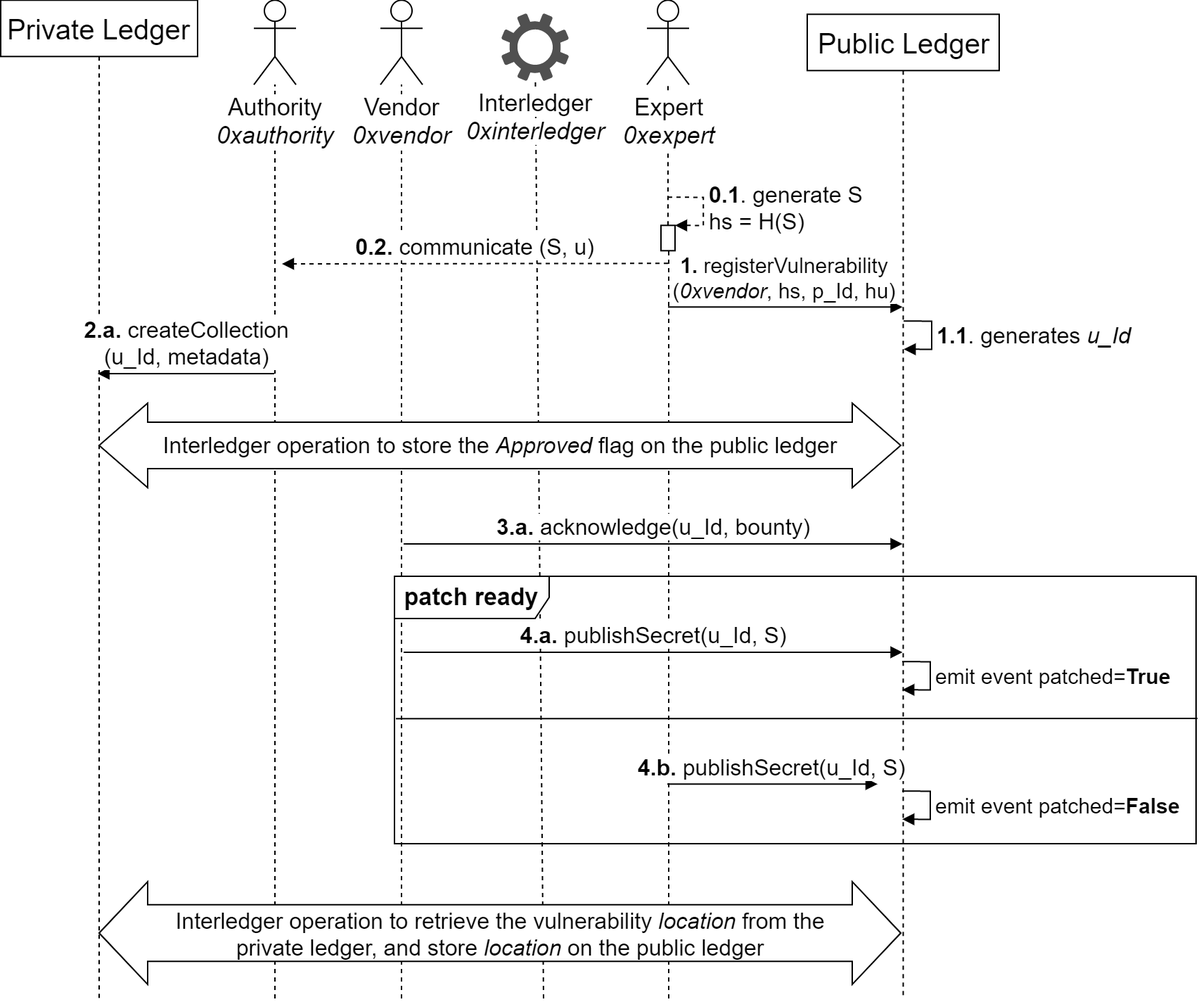
Above: figures/ARD-full.png in SOFIE-project/ARD-Implementation (draw.io), before the change. Source tidied: cells renumbered, new cells last; positions are measured from the earlier drawing's top-left corner, leaving out a move shared by most shapes. Its diagram source:
```xml
<mxGraphModel>
  <root>
    <mxCell id="0" />
    <mxCell id="1" parent="0" />
    <mxCell id="2" style="endArrow=none;dashed=1;html=1;strokeWidth=1;" parent="1" edge="1" target="14">
      <mxGeometry relative="1" as="geometry">
        <mxPoint x="386" y="709" as="sourcePoint" />
      </mxGeometry>
    </mxCell>
    <mxCell id="3" style="endArrow=none;dashed=1;html=1;" parent="1" edge="1" target="9">
      <mxGeometry relative="1" as="geometry">
        <mxPoint x="285" y="709" as="sourcePoint" />
      </mxGeometry>
    </mxCell>
    <mxCell id="4" value="&lt;font style=&quot;font-size: 20px;&quot;&gt;Public Ledger&lt;/font&gt;" style="shape=umlLifeline;perimeter=lifelinePerimeter;whiteSpace=wrap;html=1;outlineConnect=0;fontSize=20;" parent="1" vertex="1">
      <mxGeometry x="573.5" y="9.6" width="136.5" height="699.4" as="geometry" />
    </mxCell>
    <mxCell id="5" style="endArrow=none;dashed=1;html=1;" parent="1" edge="1" target="8">
      <mxGeometry relative="1" as="geometry">
        <mxPoint x="195" y="709" as="sourcePoint" />
      </mxGeometry>
    </mxCell>
    <mxCell id="6" style="endArrow=none;dashed=1;html=1;" parent="1" edge="1" source="12" target="7">
      <mxGeometry relative="1" as="geometry" />
    </mxCell>
    <mxCell id="7" value="&lt;font style=&quot;font-size: 17px&quot;&gt;Expert&lt;br&gt;&lt;i&gt;0xexpert&lt;/i&gt;&lt;/font&gt;" style="shape=umlActor;verticalLabelPosition=bottom;labelBackgroundColor=#ffffff;verticalAlign=top;html=1;" parent="1" vertex="1">
      <mxGeometry x="459.5" y="-0.4" width="30" height="60" as="geometry" />
    </mxCell>
    <mxCell id="8" value="&lt;font style=&quot;font-size: 17px&quot;&gt;Authority&lt;br&gt;&lt;i&gt;0xauthority&lt;/i&gt;&lt;/font&gt;" style="shape=umlActor;verticalLabelPosition=bottom;labelBackgroundColor=#ffffff;verticalAlign=top;html=1;" parent="1" vertex="1">
      <mxGeometry x="180" y="-0.4" width="30" height="60" as="geometry" />
    </mxCell>
    <mxCell id="9" value="&lt;font style=&quot;font-size: 17px&quot;&gt;Vendor&lt;br&gt;&lt;i&gt;0xvendor&lt;/i&gt;&lt;/font&gt;" style="shape=umlActor;verticalLabelPosition=bottom;labelBackgroundColor=#ffffff;verticalAlign=top;html=1;" parent="1" vertex="1">
      <mxGeometry x="270" y="-0.4" width="30" height="60" as="geometry" />
    </mxCell>
    <mxCell id="10" value="&lt;font style=&quot;font-size: 15px&quot;&gt;&lt;b&gt;1.&lt;/b&gt; registerVulnerability&lt;br&gt;(&lt;i&gt;0xvendor&lt;/i&gt;, hs, p_Id, hu)&lt;/font&gt;" style="html=1;verticalAlign=bottom;endArrow=block;" parent="1" edge="1" target="4">
      <mxGeometry relative="1" as="geometry">
        <mxPoint x="474.5" y="217.7" as="sourcePoint" />
      </mxGeometry>
    </mxCell>
    <mxCell id="11" value="&lt;font style=&quot;font-size: 16px&quot;&gt;&lt;b&gt;0.1&lt;/b&gt;. generate S&lt;br&gt;hs = H(S)&lt;/font&gt;" style="edgeStyle=orthogonalEdgeStyle;html=1;align=left;spacingLeft=2;endArrow=block;rounded=0;entryX=1;entryY=0;dashed=1;" parent="1" edge="1">
      <mxGeometry relative="1" as="geometry">
        <mxPoint x="474.5" y="139.6" as="sourcePoint" />
        <mxPoint x="479.5" y="159.6" as="targetPoint" />
        <Array as="points">
          <mxPoint x="499.5" y="139.7" />
        </Array>
      </mxGeometry>
    </mxCell>
    <mxCell id="12" style="html=1;points=[];perimeter=orthogonalPerimeter;" parent="1" vertex="1">
      <mxGeometry x="469.5" y="159.7" width="10" height="18" as="geometry" />
    </mxCell>
    <mxCell id="13" style="endArrow=none;dashed=1;html=1;" parent="1" edge="1" target="12">
      <mxGeometry relative="1" as="geometry">
        <mxPoint x="475" y="709" as="sourcePoint" />
      </mxGeometry>
    </mxCell>
    <mxCell id="14" value="&lt;span style=&quot;background-color: rgb(255 , 255 , 255) ; font-size: 17px&quot;&gt;Interledger&lt;br&gt;&lt;i&gt;0xinterledger&lt;/i&gt;&lt;/span&gt;" style="shadow=0;dashed=0;html=1;strokeColor=none;fillColor=#505050;labelPosition=center;verticalLabelPosition=bottom;verticalAlign=top;outlineConnect=0;align=center;shape=mxgraph.office.concepts.settings;" parent="1" vertex="1">
      <mxGeometry x="356" y="9" width="48" height="48" as="geometry" />
    </mxCell>
    <mxCell id="15" value="&lt;font style=&quot;font-size: 16px&quot;&gt;&lt;b&gt;1.1&lt;/b&gt;. generates &lt;i&gt;u_Id&lt;/i&gt;&lt;/font&gt;" style="edgeStyle=orthogonalEdgeStyle;html=1;align=left;spacingLeft=2;endArrow=block;rounded=0;" parent="1" edge="1">
      <mxGeometry relative="1" as="geometry">
        <mxPoint x="642" y="227.7" as="sourcePoint" />
        <mxPoint x="642.1" y="247.7" as="targetPoint" />
        <Array as="points">
          <mxPoint x="662" y="227.6" />
          <mxPoint x="662" y="247.6" />
        </Array>
      </mxGeometry>
    </mxCell>
    <mxCell id="16" value="&lt;font style=&quot;font-size: 20px&quot;&gt;Private Ledger&lt;/font&gt;" style="shape=umlLifeline;perimeter=lifelinePerimeter;whiteSpace=wrap;html=1;" parent="1" vertex="1">
      <mxGeometry y="-0.4" width="140" height="709.4" as="geometry" />
    </mxCell>
    <mxCell id="17" value="&lt;font style=&quot;font-size: 16px&quot;&gt;&lt;b&gt;2.a.&lt;/b&gt; createCollection&lt;br&gt;(u_Id, metadata)&lt;/font&gt;" style="html=1;verticalAlign=bottom;endArrow=block;" parent="1" edge="1">
      <mxGeometry relative="1" as="geometry">
        <mxPoint x="194.5" y="265" as="sourcePoint" />
        <mxPoint x="68.8" y="265" as="targetPoint" />
      </mxGeometry>
    </mxCell>
    <mxCell id="18" value="&lt;font style=&quot;font-size: 16px&quot;&gt;&lt;b&gt;0.2.&lt;/b&gt; communicate (S, u)&lt;/font&gt;" style="html=1;verticalAlign=bottom;endArrow=block;dashed=1;" parent="1" edge="1">
      <mxGeometry relative="1" as="geometry">
        <mxPoint x="474.5" y="186.6" as="sourcePoint" />
        <mxPoint x="200" y="187" as="targetPoint" />
      </mxGeometry>
    </mxCell>
    <mxCell id="19" value="&lt;font style=&quot;font-size: 16px&quot;&gt;Interledger operation to store the&amp;nbsp;&lt;i&gt;Approved&amp;nbsp;&lt;/i&gt;flag on the public ledger&lt;/font&gt;" style="html=1;shadow=0;dashed=0;align=center;verticalAlign=middle;shape=mxgraph.arrows2.twoWayArrow;dy=0.45;dx=34.45;" parent="1" vertex="1">
      <mxGeometry x="70" y="286" width="570" height="60" as="geometry" />
    </mxCell>
    <mxCell id="20" value="&lt;font style=&quot;font-size: 16px&quot;&gt;&lt;b&gt;3.a.&lt;/b&gt; acknowledge(u_Id, bounty)&lt;/font&gt;" style="html=1;verticalAlign=bottom;endArrow=block;" parent="1" edge="1">
      <mxGeometry relative="1" as="geometry">
        <mxPoint x="286.5" y="386" as="sourcePoint" />
        <mxPoint x="641.2" y="386" as="targetPoint" />
      </mxGeometry>
    </mxCell>
    <mxCell id="21" value="&lt;font style=&quot;font-size: 16px;&quot;&gt;&lt;b style=&quot;font-size: 16px;&quot;&gt;4.a. &lt;/b&gt;publishSecret(u_Id, S)&lt;/font&gt;" style="html=1;verticalAlign=bottom;endArrow=block;fontSize=16;" parent="1" edge="1">
      <mxGeometry relative="1" as="geometry">
        <mxPoint x="286.5" y="463" as="sourcePoint" />
        <mxPoint x="641.2" y="463" as="targetPoint" />
      </mxGeometry>
    </mxCell>
    <mxCell id="22" value="&lt;span style=&quot;font-size: 15px&quot;&gt;emit event patched=&lt;b&gt;True&lt;/b&gt;&lt;/span&gt;" style="edgeStyle=orthogonalEdgeStyle;html=1;align=left;spacingLeft=2;endArrow=block;rounded=0;" parent="1" edge="1">
      <mxGeometry relative="1" as="geometry">
        <mxPoint x="641" y="469.7" as="sourcePoint" />
        <mxPoint x="641.1" y="489.7" as="targetPoint" />
        <Array as="points">
          <mxPoint x="661" y="469.6" />
          <mxPoint x="661" y="489.6" />
        </Array>
      </mxGeometry>
    </mxCell>
    <mxCell id="23" value="&lt;font style=&quot;font-size: 15px&quot;&gt;emit event patched=&lt;b&gt;False&lt;/b&gt;&lt;/font&gt;" style="edgeStyle=orthogonalEdgeStyle;html=1;align=left;spacingLeft=2;endArrow=block;rounded=0;" parent="1" edge="1">
      <mxGeometry relative="1" as="geometry">
        <mxPoint x="641" y="561.7" as="sourcePoint" />
        <mxPoint x="641.1" y="581.7" as="targetPoint" />
        <Array as="points">
          <mxPoint x="661" y="561.6" />
          <mxPoint x="661" y="581.6" />
        </Array>
      </mxGeometry>
    </mxCell>
    <mxCell id="24" value="&lt;font style=&quot;font-size: 16px&quot;&gt;Interledger operation to retrieve the vulnerability&amp;nbsp;&lt;i&gt;location&lt;/i&gt;&amp;nbsp;from the&lt;br&gt;private ledger, and store &lt;i&gt;location&amp;nbsp;&lt;/i&gt;on the public ledger&lt;/font&gt;" style="html=1;shadow=0;dashed=0;align=center;verticalAlign=middle;shape=mxgraph.arrows2.twoWayArrow;dy=0.45;dx=34.45;" parent="1" vertex="1">
      <mxGeometry x="70" y="626" width="570" height="73" as="geometry" />
    </mxCell>
    <mxCell id="25" style="endArrow=none;html=1;fillColor=#ffffff;exitX=0;exitY=0.522;exitDx=0;exitDy=0;exitPerimeter=0;" parent="1" edge="1">
      <mxGeometry relative="1" as="geometry">
        <mxPoint x="281" y="510.2" as="sourcePoint" />
        <mxPoint x="851" y="510" as="targetPoint" />
      </mxGeometry>
    </mxCell>
    <mxCell id="26" value="&lt;font style=&quot;font-size: 16px&quot;&gt;&lt;b&gt;4.b. &lt;/b&gt;publishSecret(u_Id, S)&lt;/font&gt;" style="html=1;verticalAlign=bottom;endArrow=block;" parent="1" edge="1">
      <mxGeometry relative="1" as="geometry">
        <mxPoint x="474" y="556.7" as="sourcePoint" />
        <mxPoint x="623.5" y="556.7" as="targetPoint" />
      </mxGeometry>
    </mxCell>
    <mxCell id="27" value="&lt;font size=&quot;1&quot;&gt;&lt;b style=&quot;font-size: 17px&quot;&gt;patch ready&lt;/b&gt;&lt;/font&gt;" style="shape=umlFrame;whiteSpace=wrap;html=1;width=110;height=30;" parent="1" vertex="1">
      <mxGeometry x="280" y="409" width="570" height="190" as="geometry" />
    </mxCell>
  </root>
</mxGraphModel>
```
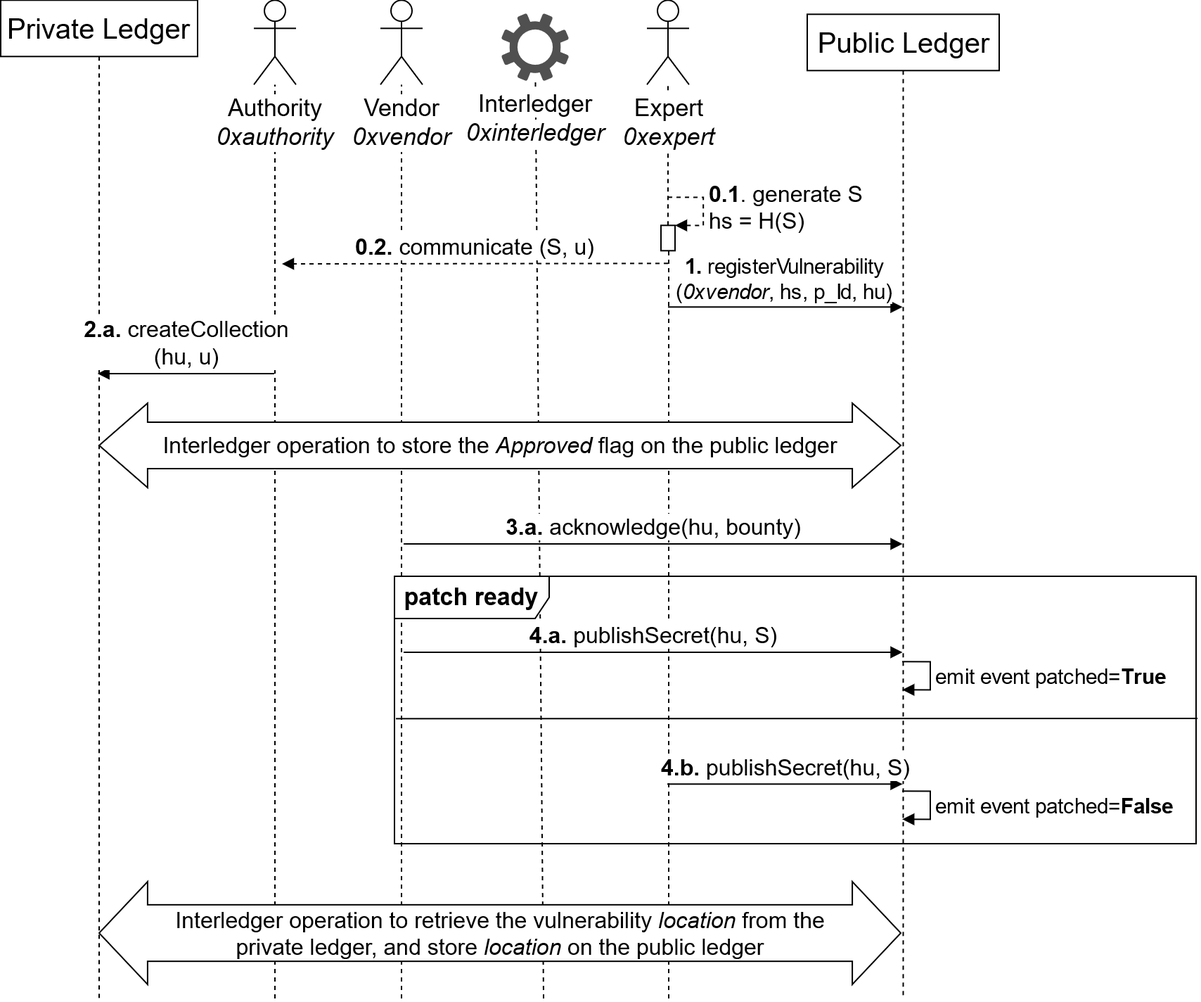
The same diagram one commit later.

Commit message:
Changes to READMEs and figures

What changed in the source:
```diff
@@ -57,83 +57,72 @@
     <mxCell id="14" value="&lt;span style=&quot;background-color: rgb(255 , 255 , 255) ; font-size: 17px&quot;&gt;Interledger&lt;br&gt;&lt;i&gt;0xinterledger&lt;/i&gt;&lt;/span&gt;" style="shadow=0;dashed=0;html=1;strokeColor=none;fillColor=#505050;labelPosition=center;verticalLabelPosition=bottom;verticalAlign=top;outlineConnect=0;align=center;shape=mxgraph.office.concepts.settings;" parent="1" vertex="1">
       <mxGeometry x="356" y="9" width="48" height="48" as="geometry" />
     </mxCell>
-    <mxCell id="15" value="&lt;font style=&quot;font-size: 16px&quot;&gt;&lt;b&gt;1.1&lt;/b&gt;. generates &lt;i&gt;u_Id&lt;/i&gt;&lt;/font&gt;" style="edgeStyle=orthogonalEdgeStyle;html=1;align=left;spacingLeft=2;endArrow=block;rounded=0;" parent="1" edge="1">
-      <mxGeometry relative="1" as="geometry">
-        <mxPoint x="642" y="227.7" as="sourcePoint" />
-        <mxPoint x="642.1" y="247.7" as="targetPoint" />
-        <Array as="points">
-          <mxPoint x="662" y="227.6" />
-          <mxPoint x="662" y="247.6" />
-        </Array>
-      </mxGeometry>
+    <mxCell id="15" value="&lt;font style=&quot;font-size: 20px&quot;&gt;Private Ledger&lt;/font&gt;" style="shape=umlLifeline;perimeter=lifelinePerimeter;whiteSpace=wrap;html=1;" parent="1" vertex="1">
+      <mxGeometry y="-0.4" width="140" height="709.4" as="geometry" />
     </mxCell>
-    <mxCell id="16" value="&lt;font style=&quot;font-size: 20px&quot;&gt;Private Ledger&lt;/font&gt;" style="shape=umlLifeline;perimeter=lifelinePerimeter;whiteSpace=wrap;html=1;" parent="1" vertex="1">
-      <mxGeometry y="-0.4" width="140" height="709.4" as="geometry" />
+    <mxCell id="16" value="&lt;font style=&quot;font-size: 16px&quot;&gt;&lt;b&gt;2.a.&lt;/b&gt; createCollection&lt;br&gt;(hu, u)&lt;/font&gt;" style="html=1;verticalAlign=bottom;endArrow=block;" parent="1" edge="1">
+      <mxGeometry relative="1" as="geometry">
+        <mxPoint x="194.5" y="265" as="sourcePoint" />
+        <mxPoint x="68.8" y="265" as="targetPoint" />
+      </mxGeometry>
     </mxCell>
-    <mxCell id="17" value="&lt;font style=&quot;font-size: 16px&quot;&gt;&lt;b&gt;2.a.&lt;/b&gt; createCollection&lt;br&gt;(u_Id, metadata)&lt;/font&gt;" style="html=1;verticalAlign=bottom;endArrow=block;" parent="1" edge="1">
+    <mxCell id="17" value="&lt;font style=&quot;font-size: 16px&quot;&gt;&lt;b&gt;0.2.&lt;/b&gt; communicate (S, u)&lt;/font&gt;" style="html=1;verticalAlign=bottom;endArrow=block;dashed=1;" parent="1" edge="1">
       <mxGeometry relative="1" as="geometry">
-        <mxPoint x="194.5" y="265" as="sourcePoint" />
-        <mxPoint x="68.8" y="265" as="targetPoint" />
+        <mxPoint x="474.5" y="186.7" as="sourcePoint" />
+        <mxPoint x="200" y="187" as="targetPoint" />
       </mxGeometry>
     </mxCell>
-    <mxCell id="18" value="&lt;font style=&quot;font-size: 16px&quot;&gt;&lt;b&gt;0.2.&lt;/b&gt; communicate (S, u)&lt;/font&gt;" style="html=1;verticalAlign=bottom;endArrow=block;dashed=1;" parent="1" edge="1">
-      <mxGeometry relative="1" as="geometry">
-        <mxPoint x="474.5" y="186.6" as="sourcePoint" />
-        <mxPoint x="200" y="187" as="targetPoint" />
-      </mxGeometry>
+    <mxCell id="18" value="&lt;font style=&quot;font-size: 16px&quot;&gt;Interledger operation to store the&amp;nbsp;&lt;i&gt;Approved&amp;nbsp;&lt;/i&gt;flag on the public ledger&lt;/font&gt;" style="html=1;shadow=0;dashed=0;align=center;verticalAlign=middle;shape=mxgraph.arrows2.twoWayArrow;dy=0.45;dx=34.45;" parent="1" vertex="1">
+      <mxGeometry x="70" y="286" width="570" height="60" as="geometry" />
     </mxCell>
-    <mxCell id="19" value="&lt;font style=&quot;font-size: 16px&quot;&gt;Interledger operation to store the&amp;nbsp;&lt;i&gt;Approved&amp;nbsp;&lt;/i&gt;flag on the public ledger&lt;/font&gt;" style="html=1;shadow=0;dashed=0;align=center;verticalAlign=middle;shape=mxgraph.arrows2.twoWayArrow;dy=0.45;dx=34.45;" parent="1" vertex="1">
-      <mxGeometry x="70" y="286" width="570" height="60" as="geometry" />
+    <mxCell id="19" value="&lt;font style=&quot;font-size: 16px&quot;&gt;&lt;b&gt;3.a.&lt;/b&gt; acknowledge(hu, bounty)&lt;/font&gt;" style="html=1;verticalAlign=bottom;endArrow=block;" parent="1" edge="1">
+      <mxGeometry relative="1" as="geometry">
+        <mxPoint x="286.5" y="386" as="sourcePoint" />
+        <mxPoint x="641.2" y="386" as="targetPoint" />
+      </mxGeometry>
     </mxCell>
-    <mxCell id="20" value="&lt;font style=&quot;font-size: 16px&quot;&gt;&lt;b&gt;3.a.&lt;/b&gt; acknowledge(u_Id, bounty)&lt;/font&gt;" style="html=1;verticalAlign=bottom;endArrow=block;" parent="1" edge="1">
+    <mxCell id="20" value="&lt;font style=&quot;font-size: 16px&quot;&gt;&lt;b style=&quot;font-size: 16px&quot;&gt;4.a. &lt;/b&gt;publishSecret(hu, S)&lt;/font&gt;" style="html=1;verticalAlign=bottom;endArrow=block;fontSize=16;" parent="1" edge="1">
       <mxGeometry relative="1" as="geometry">
-        <mxPoint x="286.5" y="386" as="sourcePoint" />
-        <mxPoint x="641.2" y="386" as="targetPoint" />
+        <mxPoint x="286.5" y="463" as="sourcePoint" />
+        <mxPoint x="641.2" y="463" as="targetPoint" />
       </mxGeometry>
     </mxCell>
-    <mxCell id="21" value="&lt;font style=&quot;font-size: 16px;&quot;&gt;&lt;b style=&quot;font-size: 16px;&quot;&gt;4.a. &lt;/b&gt;publishSecret(u_Id, S)&lt;/font&gt;" style="html=1;verticalAlign=bottom;endArrow=block;fontSize=16;" parent="1" edge="1">
+    <mxCell id="21" value="&lt;span style=&quot;font-size: 15px&quot;&gt;emit event patched=&lt;b&gt;True&lt;/b&gt;&lt;/span&gt;" style="edgeStyle=orthogonalEdgeStyle;html=1;align=left;spacingLeft=2;endArrow=block;rounded=0;" parent="1" edge="1">
       <mxGeometry relative="1" as="geometry">
-        <mxPoint x="286.5" y="463" as="sourcePoint" />
-        <mxPoint x="641.2" y="463" as="targetPoint" />
+        <mxPoint x="641" y="469.7" as="sourcePoint" />
+        <mxPoint x="641.1" y="489.7" as="targetPoint" />
+        <Array as="points">
+          <mxPoint x="661" y="469.6" />
+          <mxPoint x="661" y="489.6" />
+        </Array>
       </mxGeometry>
     </mxCell>
-    <mxCell id="22" value="&lt;span style=&quot;font-size: 15px&quot;&gt;emit event patched=&lt;b&gt;True&lt;/b&gt;&lt;/span&gt;" style="edgeStyle=orthogonalEdgeStyle;html=1;align=left;spacingLeft=2;endArrow=block;rounded=0;" parent="1" edge="1">
+    <mxCell id="22" value="&lt;font style=&quot;font-size: 15px&quot;&gt;emit event patched=&lt;b&gt;False&lt;/b&gt;&lt;/font&gt;" style="edgeStyle=orthogonalEdgeStyle;html=1;align=left;spacingLeft=2;endArrow=block;rounded=0;" parent="1" edge="1">
       <mxGeometry relative="1" as="geometry">
-        <mxPoint x="641" y="469.7" as="sourcePoint" />
-        <mxPoint x="641.1" y="489.7" as="targetPoint" />
+        <mxPoint x="641" y="561.7" as="sourcePoint" />
+        <mxPoint x="641.1" y="581.7" as="targetPoint" />
         <Array as="points">
-          <mxPoint x="661" y="469.6" />
-          <mxPoint x="661" y="489.6" />
+          <mxPoint x="661" y="561.6" />
+          <mxPoint x="661" y="581.6" />
         </Array>
       </mxGeometry>
     </mxCell>
-    <mxCell id="23" value="&lt;font style=&quot;font-size: 15px&quot;&gt;emit event patched=&lt;b&gt;False&lt;/b&gt;&lt;/font&gt;" style="edgeStyle=orthogonalEdgeStyle;html=1;align=left;spacingLeft=2;endArrow=block;rounded=0;" parent="1" edge="1">
-      <mxGeometry relative="1" as="geometry">
-        <mxPoint x="641" y="561.7" as="sourcePoint" />
-        <mxPoint x="641.1" y="581.7" as="targetPoint" />
-        <Array as="points">
-          <mxPoint x="661" y="561.6" />
-          <mxPoint x="661" y="581.6" />
-        </Array>
-      </mxGeometry>
+    <mxCell id="23" value="&lt;font style=&quot;font-size: 16px&quot;&gt;Interledger operation to retrieve the vulnerability&amp;nbsp;&lt;i&gt;location&lt;/i&gt;&amp;nbsp;from the&lt;br&gt;private ledger, and store &lt;i&gt;location&amp;nbsp;&lt;/i&gt;on the public ledger&lt;/font&gt;" style="html=1;shadow=0;dashed=0;align=center;verticalAlign=middle;shape=mxgraph.arrows2.twoWayArrow;dy=0.45;dx=34.45;" parent="1" vertex="1">
+      <mxGeometry x="70" y="626" width="570" height="73" as="geometry" />
     </mxCell>
-    <mxCell id="24" value="&lt;font style=&quot;font-size: 16px&quot;&gt;Interledger operation to retrieve the vulnerability&amp;nbsp;&lt;i&gt;location&lt;/i&gt;&amp;nbsp;from the&lt;br&gt;private ledger, and store &lt;i&gt;location&amp;nbsp;&lt;/i&gt;on the public ledger&lt;/font&gt;" style="html=1;shadow=0;dashed=0;align=center;verticalAlign=middle;shape=mxgraph.arrows2.twoWayArrow;dy=0.45;dx=34.45;" parent="1" vertex="1">
-      <mxGeometry x="70" y="626" width="570" height="73" as="geometry" />
+    <mxCell id="24" style="endArrow=none;html=1;fillColor=#ffffff;exitX=0;exitY=0.522;exitDx=0;exitDy=0;exitPerimeter=0;" parent="1" edge="1">
+      <mxGeometry relative="1" as="geometry">
+        <mxPoint x="281" y="510.2" as="sourcePoint" />
+        <mxPoint x="851" y="510" as="targetPoint" />
+      </mxGeometry>
     </mxCell>
-    <mxCell id="25" style="endArrow=none;html=1;fillColor=#ffffff;exitX=0;exitY=0.522;exitDx=0;exitDy=0;exitPerimeter=0;" parent="1" edge="1">
+    <mxCell id="25" value="&lt;font style=&quot;font-size: 16px&quot;&gt;&lt;b&gt;4.b. &lt;/b&gt;publishSecret(hu, S)&lt;/font&gt;" style="html=1;verticalAlign=bottom;endArrow=block;" parent="1" edge="1" target="4">
       <mxGeometry relative="1" as="geometry">
-        <mxPoint x="281" y="510.2" as="sourcePoint" />
-        <mxPoint x="851" y="510" as="targetPoint" />
+        <mxPoint x="474" y="556.7" as="sourcePoint" />
       </mxGeometry>
     </mxCell>
-    <mxCell id="26" value="&lt;font style=&quot;font-size: 16px&quot;&gt;&lt;b&gt;4.b. &lt;/b&gt;publishSecret(u_Id, S)&lt;/font&gt;" style="html=1;verticalAlign=bottom;endArrow=block;" parent="1" edge="1">
-      <mxGeometry relative="1" as="geometry">
-        <mxPoint x="474" y="556.7" as="sourcePoint" />
-        <mxPoint x="623.5" y="556.7" as="targetPoint" />
-      </mxGeometry>
+    <mxCell id="26" value="&lt;font size=&quot;1&quot;&gt;&lt;b style=&quot;font-size: 17px&quot;&gt;patch ready&lt;/b&gt;&lt;/font&gt;" style="shape=umlFrame;whiteSpace=wrap;html=1;width=110;height=30;" parent="1" vertex="1">
+      <mxGeometry x="280" y="409" width="570" height="190" as="geometry" />
     </mxCell>
-    <mxCell id="27" value="&lt;font size=&quot;1&quot;&gt;&lt;b style=&quot;font-size: 17px&quot;&gt;patch ready&lt;/b&gt;&lt;/font&gt;" style="shape=umlFrame;whiteSpace=wrap;html=1;width=110;height=30;" parent="1" vertex="1">
-      <mxGeometry x="280" y="409" width="570" height="190" as="geometry" />
-    </mxCell>
   </root>
 </mxGraphModel>
```
